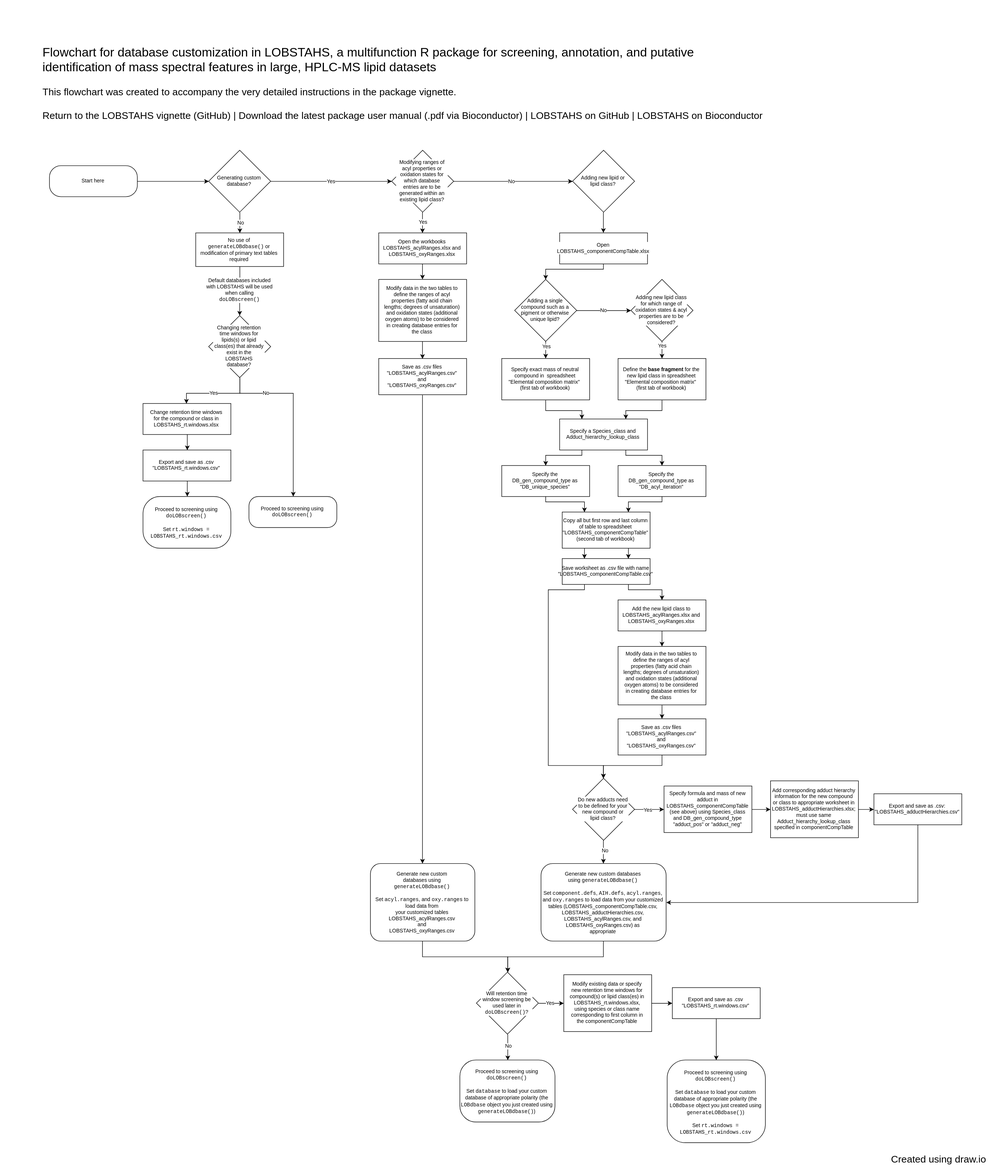
Earlier version of the draw.io export LOBSTAHS/DB_customization/LOBSTAHS_DB_customization_process.svg (vanmooylipidomics/vanmooylipidomics.github.io). Source tidied: cells renumbered, new cells last; positions are measured from the earlier drawing's top-left corner, leaving out a move shared by most shapes.
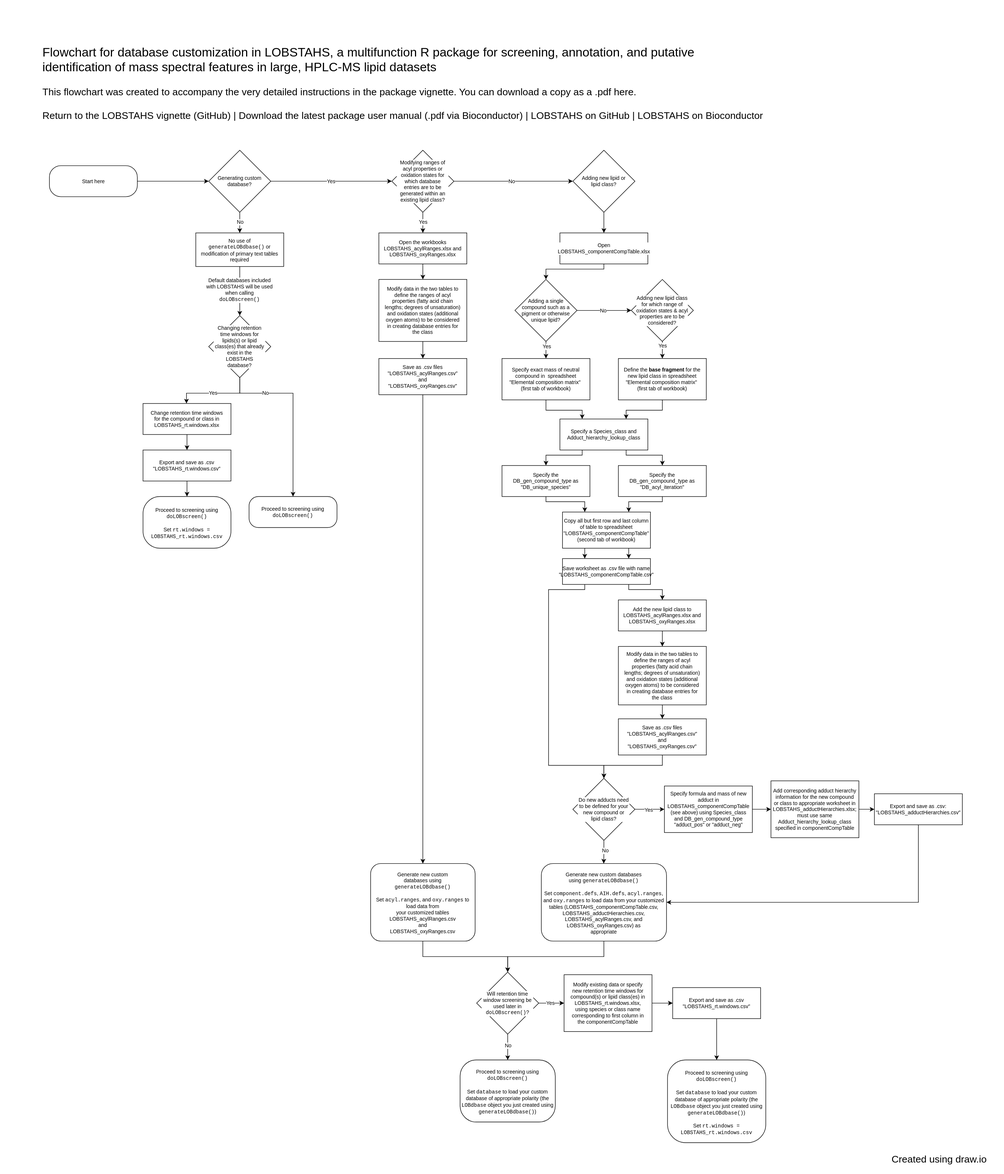
The same diagram one commit later.

What changed in the source:
```diff
@@ -375,7 +375,7 @@
     <mxCell id="96" value="Proceed to screening using &lt;font face=&quot;Courier New&quot;&gt;&lt;a href=&quot;http://bioconductor.org/packages/devel/bioc/manuals/LOBSTAHS/man/LOBSTAHS.pdf#Rfn.doLOBscreen&quot; target=&quot;_blank&quot;&gt;doLOBscreen()&lt;/a&gt;&lt;br&gt;&lt;br&gt;&lt;/font&gt;Set &lt;font face=&quot;Courier New&quot;&gt;database&lt;font face=&quot;Helvetica&quot;&gt; to load your custom database of appropriate polarity (the &lt;font face=&quot;Courier New&quot;&gt;LOBdbase&lt;/font&gt; object you just created using&lt;/font&gt; &lt;a href=&quot;http://bioconductor.org/packages/devel/bioc/manuals/LOBSTAHS/man/LOBSTAHS.pdf#Rfn.generateLOBdbase&quot; target=&quot;_blank&quot;&gt;generateLOBdbase()&lt;/a&gt;&lt;font face=&quot;Helvetica&quot;&gt;)&lt;/font&gt;&lt;/font&gt;&lt;br&gt;&lt;br&gt;Set &lt;font face=&quot;Courier New&quot;&gt;rt.windows = LOBSTAHS_rt.windows.csv&lt;/font&gt;&lt;br&gt;" style="rounded=1;whiteSpace=wrap;html=1;shadow=0;glass=0;labelBackgroundColor=none;strokeColor=#000000;fillColor=#ffffff;gradientColor=#FFFFFF;fontSize=10;fontColor=#000000;align=center;arcSize=22;" parent="1" vertex="1">
       <mxGeometry x="1290" y="2050" width="190" height="160" as="geometry" />
     </mxCell>
-    <mxCell id="97" value="&lt;font style=&quot;font-size: 24px&quot;&gt;Flowchart for database customization in LOBSTAHS, a &lt;font&gt;multifunction R package for screening, annotation, and putative &lt;br&gt;identification of mass spectral features in large, HPLC-MS lipid datasets&lt;/font&gt;&lt;/font&gt;&lt;span itemprop=&quot;about&quot;&gt;&lt;br&gt;&lt;br&gt;This flowchart was created to accompany the very detailed instructions in the &lt;a href=&quot;https://github.com/vanmooylipidomics/LOBSTAHS/blob/master/vignettes/LOBSTAHS.Rmd&quot; target=&quot;_blank&quot;&gt;package vignette&lt;/a&gt;.&lt;br&gt;&lt;br&gt;&lt;a href=&quot;https://github.com/vanmooylipidomics/LOBSTAHS/blob/master/vignettes/LOBSTAHS.Rmd&quot; target=&quot;_blank&quot;&gt;Return to the LOBSTAHS vignette&lt;/a&gt; (GitHub) | &lt;a href=&quot;http://bioconductor.org/packages/devel/bioc/manuals/LOBSTAHS/man/LOBSTAHS.pdf&quot; target=&quot;_blank&quot;&gt;Download the latest package user manual&lt;/a&gt; (.pdf via Bioconductor) | &lt;a href=&quot;https://github.com/vanmooylipidomics/LOBSTAHS&quot; target=&quot;_blank&quot;&gt;LOBSTAHS on GitHub&lt;/a&gt; | &lt;a href=&quot;http://bioconductor.org/packages/LOBSTAHS&quot; target=&quot;_blank&quot;&gt;LOBSTAHS on Bioconductor&lt;/a&gt;&lt;br&gt;&lt;/span&gt;" style="text;html=1;strokeColor=none;fillColor=none;align=left;verticalAlign=middle;whiteSpace=wrap;rounded=0;shadow=0;glass=0;labelBackgroundColor=none;fontSize=19;fontColor=#000000;" parent="1" vertex="1">
+    <mxCell id="97" value="&lt;font style=&quot;font-size: 24px&quot;&gt;Flowchart for database customization in LOBSTAHS, a &lt;font&gt;multifunction R package for screening, annotation, and putative &lt;br&gt;identification of mass spectral features in large, HPLC-MS lipid datasets&lt;/font&gt;&lt;/font&gt;&lt;span itemprop=&quot;about&quot;&gt;&lt;br&gt;&lt;br&gt;This flowchart was created to accompany the very detailed instructions in the &lt;a href=&quot;https://github.com/vanmooylipidomics/LOBSTAHS/blob/master/vignettes/LOBSTAHS.Rmd&quot; target=&quot;_blank&quot;&gt;package vignette&lt;/a&gt;. You can &lt;a href=&quot;https://vanmooylipidomics.github.io/LOBSTAHS/DB_customization/LOBSTAHS_DB_customization_process.pdf&quot; target=&quot;_blank&quot;&gt;download a copy as a .pdf here&lt;/a&gt;.&lt;br&gt;&lt;br&gt;&lt;a href=&quot;https://github.com/vanmooylipidomics/LOBSTAHS/blob/master/vignettes/LOBSTAHS.Rmd&quot; target=&quot;_blank&quot;&gt;Return to the LOBSTAHS vignette&lt;/a&gt; (GitHub) | &lt;a href=&quot;http://bioconductor.org/packages/devel/bioc/manuals/LOBSTAHS/man/LOBSTAHS.pdf&quot; target=&quot;_blank&quot;&gt;Download the latest package user manual&lt;/a&gt; (.pdf via Bioconductor) | &lt;a href=&quot;https://github.com/vanmooylipidomics/LOBSTAHS&quot; target=&quot;_blank&quot;&gt;LOBSTAHS on GitHub&lt;/a&gt; | &lt;a href=&quot;http://bioconductor.org/packages/LOBSTAHS&quot; target=&quot;_blank&quot;&gt;LOBSTAHS on Bioconductor&lt;/a&gt;&lt;br&gt;&lt;/span&gt;" style="text;html=1;strokeColor=none;fillColor=none;align=left;verticalAlign=middle;whiteSpace=wrap;rounded=0;shadow=0;glass=0;labelBackgroundColor=none;fontSize=19;fontColor=#000000;" parent="1" vertex="1">
       <mxGeometry x="80" y="150" width="1535" height="20" as="geometry" />
     </mxCell>
     <mxCell id="98" value="Created using &lt;a href=&quot;https://www.draw.io/&quot; target=&quot;_blank&quot;&gt;draw.io&lt;/a&gt;&lt;br&gt;" style="text;html=1;strokeColor=none;fillColor=none;align=center;verticalAlign=middle;whiteSpace=wrap;rounded=0;shadow=0;glass=0;labelBackgroundColor=none;fontSize=19;fontColor=#000000;" parent="1" vertex="1">
```
